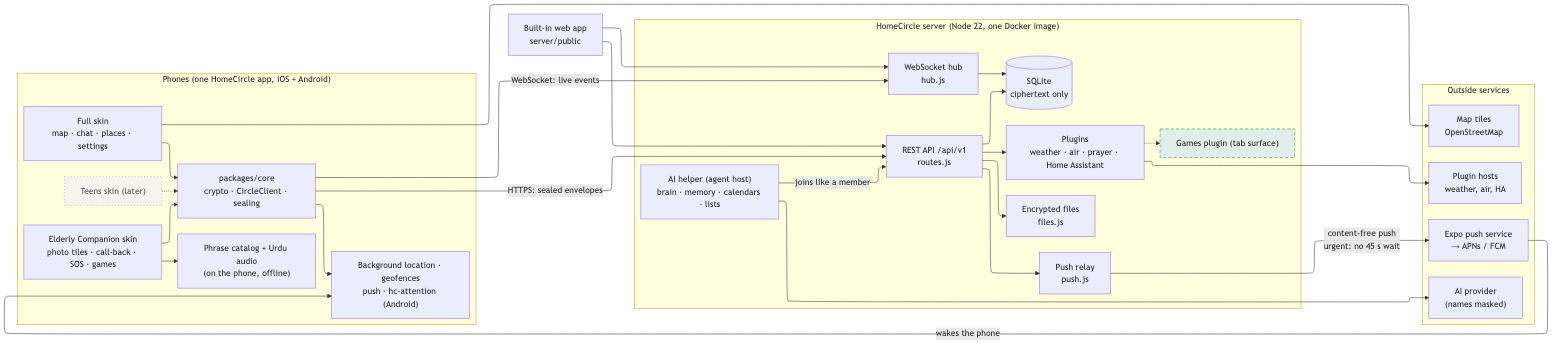
Before: docs/architecture.png, a diagram exported from Mermaid (vanhornway/HomeCircle). Its source is kept beside it as docs/architecture.mmd.
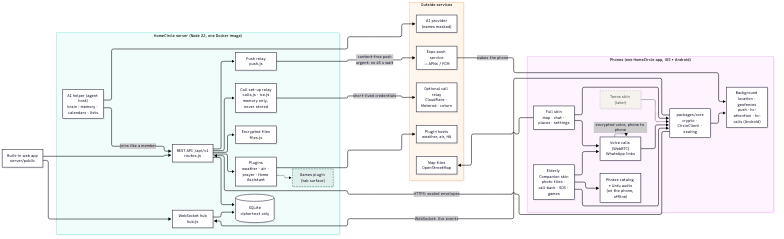
Above is the later version.

Commit message:
Release 0.22.0: version bump, changelogs, protocol and architecture docs

The edit, as a diff of the source:
```diff
@@ -10,12 +10,16 @@
     Teen["Teens skin (later)"]:::later
     Catalog["Phrase catalog + Urdu audio<br/>(on the phone, offline)"]
     Core["packages/core<br/>crypto · CircleClient · sealing"]
-    Native["Background location · geofences<br/>push · hc-attention (Android)"]
+    Native["Background location · geofences<br/>push · hc-attention · hc-calls (Android)"]
+    Calls["Voice calls (WebRTC)<br/>WhatsApp links"]
     Full --> Core
     Elder --> Core
     Elder --> Catalog
     Teen -.-> Core
     Core --> Native
+    Elder --> Calls
+    Full --> Calls
+    Calls --> Core
   end
 
   Web["Built-in web app<br/>server/public"]
@@ -27,6 +31,7 @@
     DB[("SQLite<br/>ciphertext only")]
     Files["Encrypted files<br/>files.js"]
     Push["Push relay<br/>push.js"]
+    CallRelay["Call set-up relay<br/>calls.js · ice.js<br/>memory only, never stored"]
     Plugins["Plugins<br/>weather · air · prayer · Home Assistant"]
     Games["Games plugin (tab surface)"]:::planned
     Agent["AI helper (agent host)<br/>brain · memory · calendars · lists"]
@@ -35,6 +40,7 @@
     API --> Files
     Hub --> DB
     API --> Push
+    API --> CallRelay
     API --> Plugins
     Plugins -.-> Games
   end
@@ -45,6 +51,7 @@
     AI["AI provider<br/>(names masked)"]
     Ext["Plugin hosts<br/>weather, air, HA"]
     Tiles["Map tiles<br/>OpenStreetMap"]
+    Turn["Optional call relay<br/>Cloudflare · Metered · coturn"]
   end
 
   Core -- "HTTPS: sealed envelopes" --> API
@@ -55,6 +62,8 @@
   Expo -- "wakes the phone" --> Native
   Agent --> AI
   Plugins --> Ext
+  CallRelay -- "short-lived credentials" --> Turn
+  Calls -. "encrypted voice, phone to phone" .-> Calls
   Full --> Tiles
 
   classDef planned stroke-dasharray: 6 4,stroke:#2F7D6D,fill:#E1EFEB;
```
